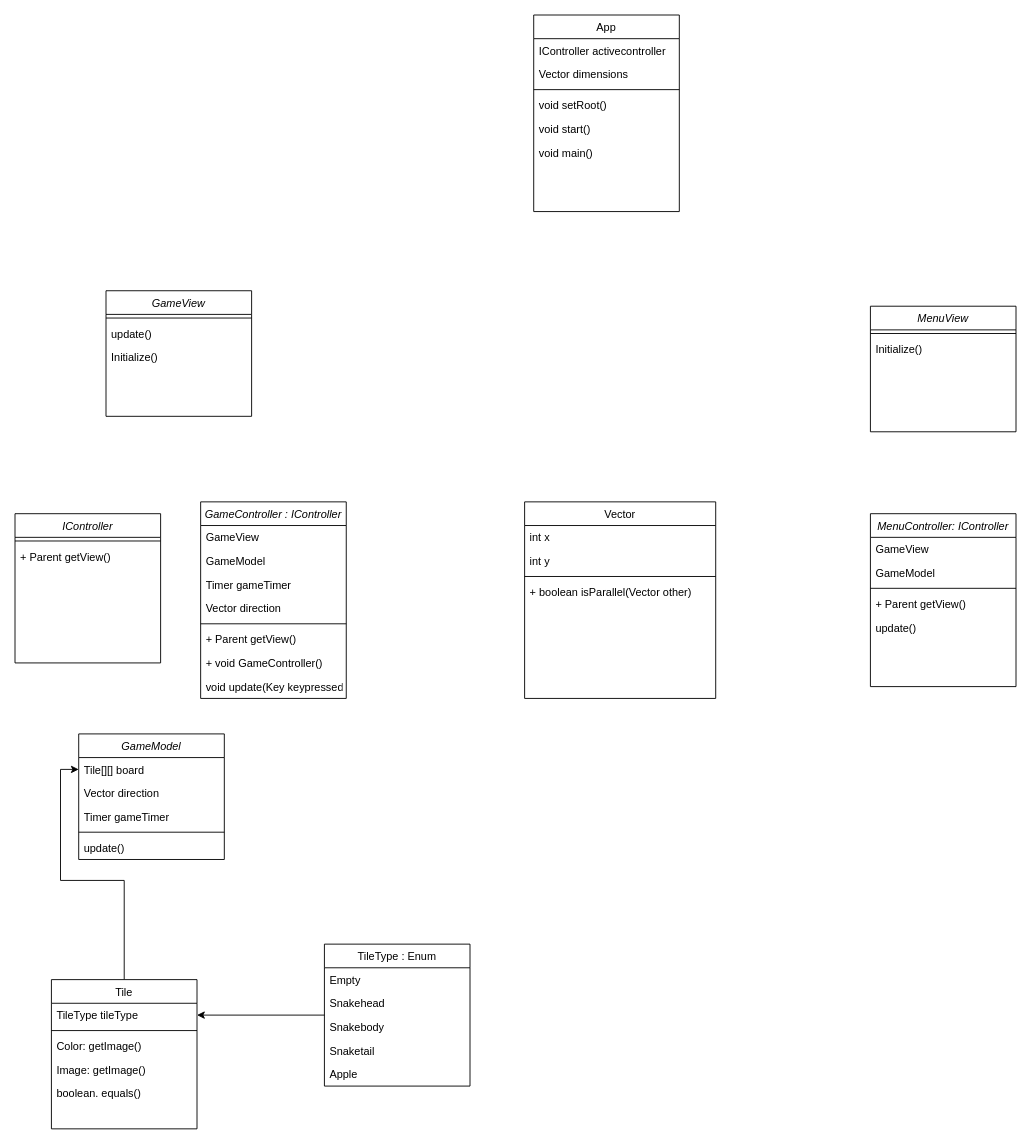
Above: Documentation/MainClassDiagram.drawio in Buildasaurus/02104-Snake (draw.io), before the change. Source tidied: cells renumbered, new cells numbered last; positions are measured from the earlier drawing's top-left corner, leaving out a move shared by most shapes. Both pictures are drawn from the tidied source at 91%, with x=0, y=0 at pixel (15, 15).
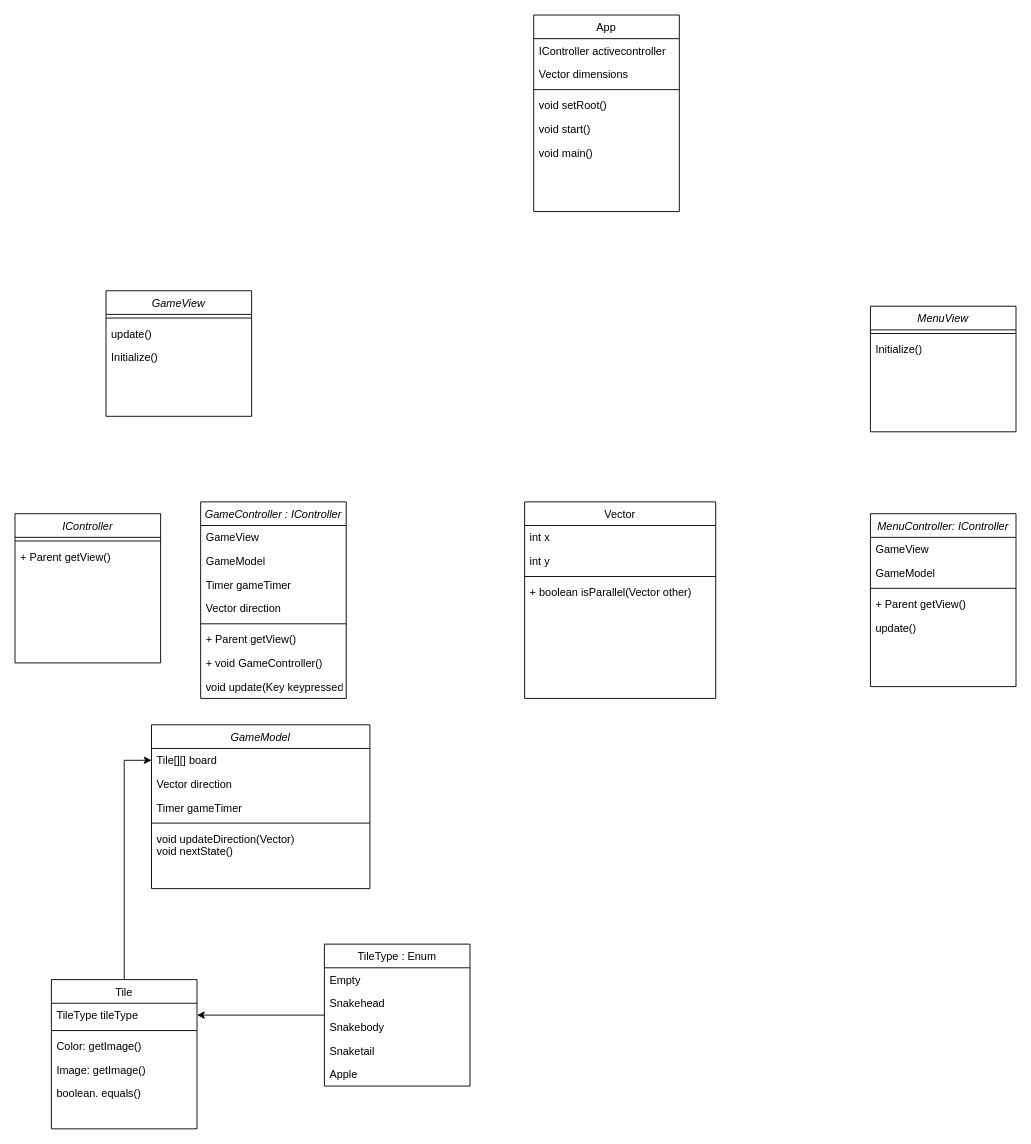
After the change.

What changed in the source:
```diff
@@
     <mxCell id="2" value="GameModel" style="swimlane;fontStyle=2;align=center;verticalAlign=top;horizontal=1;startSize=26;rounded=0;shadow=0;strokeWidth=1;" parent="1" vertex="1">
-      <mxGeometry x="70" y="790" width="160" height="138" as="geometry" />
+      <mxGeometry x="150" y="780" width="240" height="180" as="geometry" />
     </mxCell>
     <mxCell id="3" value="Tile[][] board" style="text;align=left;verticalAlign=top;spacingLeft=4;spacingRight=4;overflow=hidden;points=[[0,0.5],[1,0.5]];portConstraint=eastwest;" parent="2" vertex="1">
-      <mxGeometry y="26" width="160" height="26" as="geometry" />
+      <mxGeometry y="26" width="240" height="26" as="geometry" />
     </mxCell>
     <mxCell id="4" value="Vector direction" style="text;align=left;verticalAlign=top;spacingLeft=4;spacingRight=4;overflow=hidden;rounded=0;shadow=0;html=0;" parent="2" vertex="1">
-      <mxGeometry y="52" width="160" height="26" as="geometry" />
+      <mxGeometry y="52" width="240" height="26" as="geometry" />
     </mxCell>
     <mxCell id="5" value="Timer gameTimer" style="text;align=left;verticalAlign=top;spacingLeft=4;spacingRight=4;overflow=hidden;rounded=0;shadow=0;html=0;" parent="2" vertex="1">
-      <mxGeometry y="78" width="160" height="26" as="geometry" />
+      <mxGeometry y="78" width="240" height="26" as="geometry" />
     </mxCell>
     <mxCell id="6" style="line;html=1;strokeWidth=1;align=left;verticalAlign=middle;spacingTop=-1;spacingLeft=3;spacingRight=3;labelPosition=right;" parent="2" vertex="1">
-      <mxGeometry y="104" width="160" height="8" as="geometry" />
+      <mxGeometry y="104" width="240" height="8" as="geometry" />
     </mxCell>
-    <mxCell id="7" value="update()" style="text;align=left;verticalAlign=top;spacingLeft=4;spacingRight=4;overflow=hidden;" parent="2" vertex="1">
-      <mxGeometry y="112" width="160" height="26" as="geometry" />
+    <mxCell id="7" value="void updateDirection(Vector)&#10;void nextState()" style="text;align=left;verticalAlign=top;spacingLeft=4;spacingRight=4;overflow=hidden;" parent="2" vertex="1">
+      <mxGeometry y="112" width="240" height="68" as="geometry" />
     </mxCell>
```
